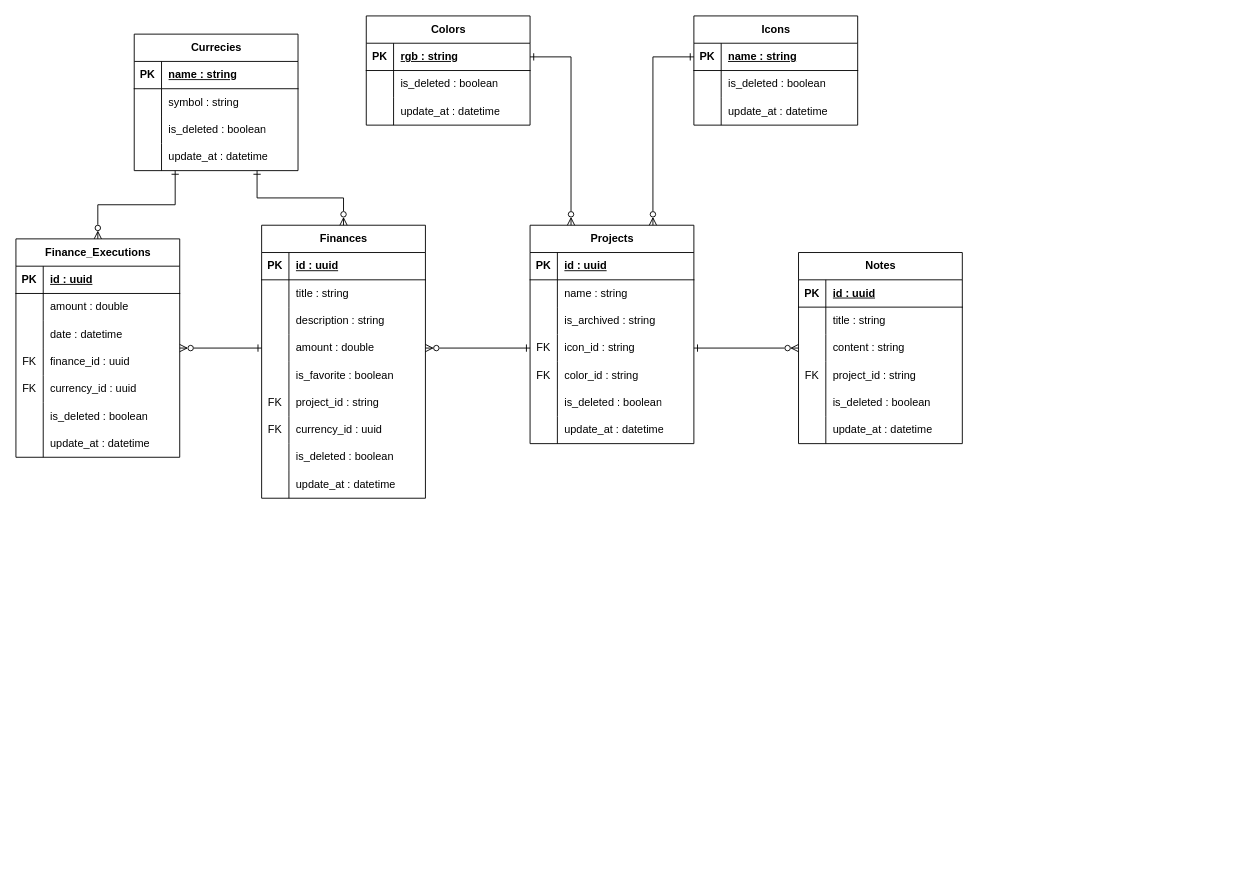
Before: documentation/Relational_Model.drawio in PulidoLuciano/personal-space, a draw.io diagram. Source tidied: cells renumbered, new cells numbered last; positions are measured from the earlier drawing's top-left corner, leaving out a move shared by most shapes. Both pictures are drawn from the tidied source at 91%, with x=0, y=0 at pixel (15, 15).
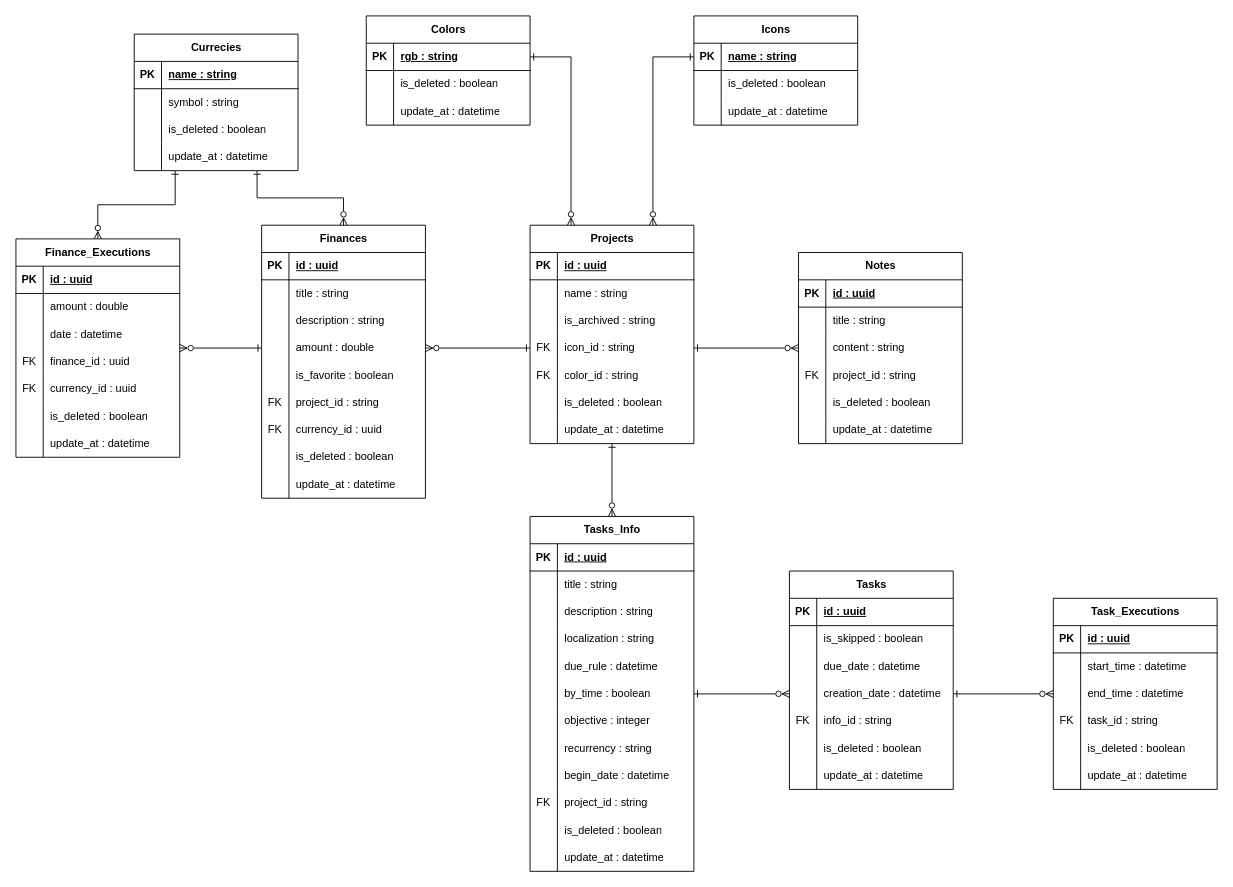
After the change.

Commit message:
Add tasks and related tables to relational model

The change refers to these unchanged cells:
```xml
<mxCell id="2" value="Projects" style="shape=table;startSize=30;childLayout=tableLayout;rowLines=0;fontStyle=1;align=center;html=1;" parent="1" vertex="1">
  <mxGeometry x="565" y="230" width="180" height="240" as="geometry" />
</mxCell>
```

The edit, as a diff of the source:
```diff
@@
+    <mxCell id="133" style="edgeStyle=orthogonalEdgeStyle;rounded=0;jettySize=auto;html=1;exitX=0.5;exitY=1;exitDx=0;exitDy=0;entryX=0.5;entryY=0;entryDx=0;entryDy=0;endArrow=ERzeroToMany;endFill=0;startArrow=ERone;startFill=0;" parent="1" edge="1" source="2" target="134">
+      <mxGeometry relative="1" as="geometry" />
+    </mxCell>
@@
+    <mxCell id="134" value="Tasks_Info" style="shape=table;startSize=30;childLayout=tableLayout;rowLines=0;fontStyle=1;align=center;html=1;" parent="1" vertex="1">
+      <mxGeometry x="565" y="550" width="180" height="390" as="geometry" />
+    </mxCell>
+    <mxCell id="135" style="shape=tableRow;horizontal=0;startSize=0;swimlaneHead=0;swimlaneBody=0;fillColor=none;top=0;left=0;right=0;bottom=1;" parent="134" vertex="1">
+      <mxGeometry y="30" width="180" height="30" as="geometry" />
+    </mxCell>
+    <mxCell id="136" value="PK" style="shape=partialRectangle;fillColor=none;top=0;left=0;bottom=0;right=0;fontStyle=1;overflow=hidden;whiteSpace=wrap;html=1;" parent="135" vertex="1">
+      <mxGeometry width="30" height="30" as="geometry" />
+    </mxCell>
+    <mxCell id="137" value="id : uuid" style="shape=partialRectangle;fillColor=none;top=0;left=0;bottom=0;right=0;align=left;spacingLeft=6;fontStyle=5;overflow=hidden;whiteSpace=wrap;html=1;" parent="135" vertex="1">
+      <mxGeometry x="30" width="150" height="30" as="geometry" />
+    </mxCell>
+    <mxCell id="138" style="shape=tableRow;horizontal=0;startSize=0;swimlaneHead=0;swimlaneBody=0;fillColor=none;top=0;left=0;right=0;bottom=0;" parent="134" vertex="1">
+      <mxGeometry y="60" width="180" height="30" as="geometry" />
+    </mxCell>
+    <mxCell id="139" style="shape=partialRectangle;fillColor=none;top=0;left=0;bottom=0;right=0;overflow=hidden;whiteSpace=wrap;html=1;" parent="138" vertex="1">
+      <mxGeometry width="30" height="30" as="geometry" />
+    </mxCell>
+    <mxCell id="140" value="title : string" style="shape=partialRectangle;fillColor=none;top=0;left=0;bottom=0;right=0;align=left;spacingLeft=6;overflow=hidden;whiteSpace=wrap;html=1;" parent="138" vertex="1">
+      <mxGeometry x="30" width="150" height="30" as="geometry" />
+    </mxCell>
+    <mxCell id="141" style="shape=tableRow;horizontal=0;startSize=0;swimlaneHead=0;swimlaneBody=0;fillColor=none;top=0;left=0;right=0;bottom=0;" parent="134" vertex="1">
+      <mxGeometry y="90" width="180" height="30" as="geometry" />
+    </mxCell>
+    <mxCell id="142" style="shape=partialRectangle;fillColor=none;top=0;left=0;bottom=0;right=0;overflow=hidden;whiteSpace=wrap;html=1;" parent="141" vertex="1">
+      <mxGeometry width="30" height="30" as="geometry" />
+    </mxCell>
+    <mxCell id="143" value="description : string" style="shape=partialRectangle;fillColor=none;top=0;left=0;bottom=0;right=0;align=left;spacingLeft=6;overflow=hidden;whiteSpace=wrap;html=1;" parent="141" vertex="1">
+      <mxGeometry x="30" width="150" height="30" as="geometry" />
+    </mxCell>
+    <mxCell id="144" style="shape=tableRow;horizontal=0;startSize=0;swimlaneHead=0;swimlaneBody=0;fillColor=none;top=0;left=0;right=0;bottom=0;" parent="134" vertex="1">
+      <mxGeometry y="120" width="180" height="30" as="geometry" />
+    </mxCell>
+    <mxCell id="145" style="shape=partialRectangle;fillColor=none;top=0;left=0;bottom=0;right=0;overflow=hidden;whiteSpace=wrap;html=1;" parent="144" vertex="1">
+      <mxGeometry width="30" height="30" as="geometry" />
+    </mxCell>
+    <mxCell id="146" value="localization : string" style="shape=partialRectangle;fillColor=none;top=0;left=0;bottom=0;right=0;align=left;spacingLeft=6;overflow=hidden;whiteSpace=wrap;html=1;" parent="144" vertex="1">
+      <mxGeometry x="30" width="150" height="30" as="geometry" />
+    </mxCell>
+    <mxCell id="147" style="shape=tableRow;horizontal=0;startSize=0;swimlaneHead=0;swimlaneBody=0;fillColor=none;top=0;left=0;right=0;bottom=0;" parent="134" vertex="1">
+      <mxGeometry y="150" width="180" height="30" as="geometry" />
+    </mxCell>
+    <mxCell id="148" style="shape=partialRectangle;fillColor=none;top=0;left=0;bottom=0;right=0;overflow=hidden;whiteSpace=wrap;html=1;" parent="147" vertex="1">
+      <mxGeometry width="30" height="30" as="geometry" />
+    </mxCell>
+    <mxCell id="149" value="due_rule : datetime" style="shape=partialRectangle;fillColor=none;top=0;left=0;bottom=0;right=0;align=left;spacingLeft=6;overflow=hidden;whiteSpace=wrap;html=1;" parent="147" vertex="1">
+      <mxGeometry x="30" width="150" height="30" as="geometry" />
+    </mxCell>
+    <mxCell id="150" style="shape=tableRow;horizontal=0;startSize=0;swimlaneHead=0;swimlaneBody=0;fillColor=none;points=[[0,0.5],[1,0.5]];portConstraint=eastwest;top=0;left=0;right=0;bottom=0;" parent="134" vertex="1">
+      <mxGeometry y="180" width="180" height="30" as="geometry" />
+    </mxCell>
+    <mxCell id="151" style="shape=partialRectangle;fillColor=none;top=0;left=0;bottom=0;right=0;overflow=hidden;whiteSpace=wrap;html=1;" parent="150" vertex="1">
+      <mxGeometry width="30" height="30" as="geometry" />
+    </mxCell>
+    <mxCell id="152" value="by_time : boolean" style="shape=partialRectangle;fillColor=none;top=0;left=0;bottom=0;right=0;align=left;spacingLeft=6;overflow=hidden;whiteSpace=wrap;html=1;" parent="150" vertex="1">
+      <mxGeometry x="30" width="150" height="30" as="geometry" />
+    </mxCell>
+    <mxCell id="153" style="shape=tableRow;horizontal=0;startSize=0;swimlaneHead=0;swimlaneBody=0;fillColor=none;top=0;left=0;right=0;bottom=0;" parent="134" vertex="1">
+      <mxGeometry y="210" width="180" height="30" as="geometry" />
+    </mxCell>
+    <mxCell id="154" style="shape=partialRectangle;fillColor=none;top=0;left=0;bottom=0;right=0;overflow=hidden;whiteSpace=wrap;html=1;" parent="153" vertex="1">
+      <mxGeometry width="30" height="30" as="geometry" />
+    </mxCell>
+    <mxCell id="155" value="objective : integer" style="shape=partialRectangle;fillColor=none;top=0;left=0;bottom=0;right=0;align=left;spacingLeft=6;overflow=hidden;whiteSpace=wrap;html=1;" parent="153" vertex="1">
+      <mxGeometry x="30" width="150" height="30" as="geometry" />
+    </mxCell>
+    <mxCell id="156" style="shape=tableRow;horizontal=0;startSize=0;swimlaneHead=0;swimlaneBody=0;fillColor=none;top=0;left=0;right=0;bottom=0;" parent="134" vertex="1">
+      <mxGeometry y="240" width="180" height="30" as="geometry" />
+    </mxCell>
+    <mxCell id="157" style="shape=partialRectangle;fillColor=none;top=0;left=0;bottom=0;right=0;overflow=hidden;whiteSpace=wrap;html=1;" parent="156" vertex="1">
+      <mxGeometry width="30" height="30" as="geometry" />
+    </mxCell>
+    <mxCell id="158" value="recurrency : string" style="shape=partialRectangle;fillColor=none;top=0;left=0;bottom=0;right=0;align=left;spacingLeft=6;overflow=hidden;whiteSpace=wrap;html=1;" parent="156" vertex="1">
+      <mxGeometry x="30" width="150" height="30" as="geometry" />
+    </mxCell>
+    <mxCell id="159" style="shape=tableRow;horizontal=0;startSize=0;swimlaneHead=0;swimlaneBody=0;fillColor=none;top=0;left=0;right=0;bottom=0;" parent="134" vertex="1">
+      <mxGeometry y="270" width="180" height="30" as="geometry" />
+    </mxCell>
+    <mxCell id="160" style="shape=partialRectangle;fillColor=none;top=0;left=0;bottom=0;right=0;overflow=hidden;whiteSpace=wrap;html=1;" parent="159" vertex="1">
+      <mxGeometry width="30" height="30" as="geometry" />
+    </mxCell>
+    <mxCell id="161" value="begin_date : datetime" style="shape=partialRectangle;fillColor=none;top=0;left=0;bottom=0;right=0;align=left;spacingLeft=6;overflow=hidden;whiteSpace=wrap;html=1;" parent="159" vertex="1">
+      <mxGeometry x="30" width="150" height="30" as="geometry" />
+    </mxCell>
+    <mxCell id="162" style="shape=tableRow;horizontal=0;startSize=0;swimlaneHead=0;swimlaneBody=0;fillColor=none;top=0;left=0;right=0;bottom=0;" parent="134" vertex="1">
+      <mxGeometry y="300" width="180" height="30" as="geometry" />
+    </mxCell>
+    <mxCell id="163" value="FK" style="shape=partialRectangle;fillColor=none;top=0;left=0;bottom=0;right=0;overflow=hidden;whiteSpace=wrap;html=1;" parent="162" vertex="1">
+      <mxGeometry width="30" height="30" as="geometry" />
+    </mxCell>
+    <mxCell id="164" value="project_id : string" style="shape=partialRectangle;fillColor=none;top=0;left=0;bottom=0;right=0;align=left;spacingLeft=6;overflow=hidden;whiteSpace=wrap;html=1;" parent="162" vertex="1">
+      <mxGeometry x="30" width="150" height="30" as="geometry" />
+    </mxCell>
+    <mxCell id="165" style="shape=tableRow;horizontal=0;startSize=0;swimlaneHead=0;swimlaneBody=0;fillColor=none;top=0;left=0;right=0;bottom=0;" parent="134" vertex="1">
+      <mxGeometry y="330" width="180" height="30" as="geometry" />
+    </mxCell>
+    <mxCell id="166" style="shape=partialRectangle;fillColor=none;top=0;left=0;bottom=0;right=0;overflow=hidden;whiteSpace=wrap;html=1;" parent="165" vertex="1">
+      <mxGeometry width="30" height="30" as="geometry" />
+    </mxCell>
+    <mxCell id="167" value="is_deleted : boolean" style="shape=partialRectangle;fillColor=none;top=0;left=0;bottom=0;right=0;align=left;spacingLeft=6;overflow=hidden;whiteSpace=wrap;html=1;" parent="165" vertex="1">
+      <mxGeometry x="30" width="150" height="30" as="geometry" />
+    </mxCell>
+    <mxCell id="168" style="shape=tableRow;horizontal=0;startSize=0;swimlaneHead=0;swimlaneBody=0;fillColor=none;top=0;left=0;right=0;bottom=0;" parent="134" vertex="1">
+      <mxGeometry y="360" width="180" height="30" as="geometry" />
+    </mxCell>
+    <mxCell id="169" style="shape=partialRectangle;fillColor=none;top=0;left=0;bottom=0;right=0;overflow=hidden;whiteSpace=wrap;html=1;" parent="168" vertex="1">
+      <mxGeometry width="30" height="30" as="geometry" />
+    </mxCell>
+    <mxCell id="170" value="update_at : datetime" style="shape=partialRectangle;fillColor=none;top=0;left=0;bottom=0;right=0;align=left;spacingLeft=6;overflow=hidden;whiteSpace=wrap;html=1;" parent="168" vertex="1">
+      <mxGeometry x="30" width="150" height="30" as="geometry" />
+    </mxCell>
+    <mxCell id="171" value="Tasks" style="shape=table;startSize=30;childLayout=tableLayout;rowLines=0;fontStyle=1;align=center;html=1;" parent="1" vertex="1">
+      <mxGeometry x="850" y="610" width="180" height="240" as="geometry" />
+    </mxCell>
+    <mxCell id="172" style="shape=tableRow;horizontal=0;startSize=0;swimlaneHead=0;swimlaneBody=0;fillColor=none;top=0;left=0;right=0;bottom=1;" parent="171" vertex="1">
+      <mxGeometry y="30" width="180" height="30" as="geometry" />
+    </mxCell>
+    <mxCell id="173" value="PK" style="shape=partialRectangle;fillColor=none;top=0;left=0;bottom=0;right=0;fontStyle=1;overflow=hidden;whiteSpace=wrap;html=1;" parent="172" vertex="1">
+      <mxGeometry width="30" height="30" as="geometry" />
+    </mxCell>
+    <mxCell id="174" value="id : uuid" style="shape=partialRectangle;fillColor=none;top=0;left=0;bottom=0;right=0;align=left;spacingLeft=6;fontStyle=5;overflow=hidden;whiteSpace=wrap;html=1;" parent="172" vertex="1">
+      <mxGeometry x="30" width="150" height="30" as="geometry" />
+    </mxCell>
+    <mxCell id="175" style="shape=tableRow;horizontal=0;startSize=0;swimlaneHead=0;swimlaneBody=0;fillColor=none;top=0;left=0;right=0;bottom=0;" parent="171" vertex="1">
+      <mxGeometry y="60" width="180" height="30" as="geometry" />
+    </mxCell>
+    <mxCell id="176" style="shape=partialRectangle;fillColor=none;top=0;left=0;bottom=0;right=0;overflow=hidden;whiteSpace=wrap;html=1;" parent="175" vertex="1">
+      <mxGeometry width="30" height="30" as="geometry" />
+    </mxCell>
+    <mxCell id="177" value="is_skipped : boolean" style="shape=partialRectangle;fillColor=none;top=0;left=0;bottom=0;right=0;align=left;spacingLeft=6;overflow=hidden;whiteSpace=wrap;html=1;" parent="175" vertex="1">
+      <mxGeometry x="30" width="150" height="30" as="geometry" />
+    </mxCell>
+    <mxCell id="178" style="shape=tableRow;horizontal=0;startSize=0;swimlaneHead=0;swimlaneBody=0;fillColor=none;top=0;left=0;right=0;bottom=0;" parent="171" vertex="1">
+      <mxGeometry y="90" width="180" height="30" as="geometry" />
+    </mxCell>
+    <mxCell id="179" style="shape=partialRectangle;fillColor=none;top=0;left=0;bottom=0;right=0;overflow=hidden;whiteSpace=wrap;html=1;" parent="178" vertex="1">
+      <mxGeometry width="30" height="30" as="geometry" />
+    </mxCell>
+    <mxCell id="180" value="due_date : datetime" style="shape=partialRectangle;fillColor=none;top=0;left=0;bottom=0;right=0;align=left;spacingLeft=6;overflow=hidden;whiteSpace=wrap;html=1;" parent="178" vertex="1">
+      <mxGeometry x="30" width="150" height="30" as="geometry" />
+    </mxCell>
+    <mxCell id="181" style="shape=tableRow;horizontal=0;startSize=0;swimlaneHead=0;swimlaneBody=0;fillColor=none;points=[[0,0.5],[1,0.5]];portConstraint=eastwest;top=0;left=0;right=0;bottom=0;" parent="171" vertex="1">
+      <mxGeometry y="120" width="180" height="30" as="geometry" />
+    </mxCell>
+    <mxCell id="182" style="shape=partialRectangle;fillColor=none;top=0;left=0;bottom=0;right=0;overflow=hidden;whiteSpace=wrap;html=1;" parent="181" vertex="1">
+      <mxGeometry width="30" height="30" as="geometry" />
+    </mxCell>
+    <mxCell id="183" value="creation_date : datetime" style="shape=partialRectangle;fillColor=none;top=0;left=0;bottom=0;right=0;align=left;spacingLeft=6;overflow=hidden;whiteSpace=wrap;html=1;" parent="181" vertex="1">
+      <mxGeometry x="30" width="150" height="30" as="geometry" />
+    </mxCell>
+    <mxCell id="184" style="shape=tableRow;horizontal=0;startSize=0;swimlaneHead=0;swimlaneBody=0;fillColor=none;top=0;left=0;right=0;bottom=0;" parent="171" vertex="1">
+      <mxGeometry y="150" width="180" height="30" as="geometry" />
+    </mxCell>
+    <mxCell id="185" value="FK" style="shape=partialRectangle;fillColor=none;top=0;left=0;bottom=0;right=0;overflow=hidden;whiteSpace=wrap;html=1;" parent="184" vertex="1">
+      <mxGeometry width="30" height="30" as="geometry" />
+    </mxCell>
+    <mxCell id="186" value="info_id : string" style="shape=partialRectangle;fillColor=none;top=0;left=0;bottom=0;right=0;align=left;spacingLeft=6;overflow=hidden;whiteSpace=wrap;html=1;" parent="184" vertex="1">
+      <mxGeometry x="30" width="150" height="30" as="geometry" />
+    </mxCell>
+    <mxCell id="187" style="shape=tableRow;horizontal=0;startSize=0;swimlaneHead=0;swimlaneBody=0;fillColor=none;top=0;left=0;right=0;bottom=0;" parent="171" vertex="1">
+      <mxGeometry y="180" width="180" height="30" as="geometry" />
+    </mxCell>
+    <mxCell id="188" style="shape=partialRectangle;fillColor=none;top=0;left=0;bottom=0;right=0;overflow=hidden;whiteSpace=wrap;html=1;" parent="187" vertex="1">
+      <mxGeometry width="30" height="30" as="geometry" />
+    </mxCell>
+    <mxCell id="189" value="is_deleted : boolean" style="shape=partialRectangle;fillColor=none;top=0;left=0;bottom=0;right=0;align=left;spacingLeft=6;overflow=hidden;whiteSpace=wrap;html=1;" parent="187" vertex="1">
+      <mxGeometry x="30" width="150" height="30" as="geometry" />
+    </mxCell>
+    <mxCell id="190" style="shape=tableRow;horizontal=0;startSize=0;swimlaneHead=0;swimlaneBody=0;fillColor=none;top=0;left=0;right=0;bottom=0;" parent="171" vertex="1">
+      <mxGeometry y="210" width="180" height="30" as="geometry" />
+    </mxCell>
+    <mxCell id="191" style="shape=partialRectangle;fillColor=none;top=0;left=0;bottom=0;right=0;overflow=hidden;whiteSpace=wrap;html=1;" parent="190" vertex="1">
+      <mxGeometry width="30" height="30" as="geometry" />
+    </mxCell>
+    <mxCell id="192" value="update_at : datetime" style="shape=partialRectangle;fillColor=none;top=0;left=0;bottom=0;right=0;align=left;spacingLeft=6;overflow=hidden;whiteSpace=wrap;html=1;" parent="190" vertex="1">
+      <mxGeometry x="30" width="150" height="30" as="geometry" />
+    </mxCell>
+    <mxCell id="193" value="Task_Executions" style="shape=table;startSize=30;childLayout=tableLayout;rowLines=0;fontStyle=1;align=center;html=1;" parent="1" vertex="1">
+      <mxGeometry x="1140" y="640" width="180" height="210" as="geometry" />
+    </mxCell>
+    <mxCell id="194" style="shape=tableRow;horizontal=0;startSize=0;swimlaneHead=0;swimlaneBody=0;fillColor=none;top=0;left=0;right=0;bottom=1;" parent="193" vertex="1">
+      <mxGeometry y="30" width="180" height="30" as="geometry" />
+    </mxCell>
+    <mxCell id="195" value="PK" style="shape=partialRectangle;fillColor=none;top=0;left=0;bottom=0;right=0;fontStyle=1;overflow=hidden;whiteSpace=wrap;html=1;" parent="194" vertex="1">
+      <mxGeometry width="30" height="30" as="geometry" />
+    </mxCell>
+    <mxCell id="196" value="id : uuid" style="shape=partialRectangle;fillColor=none;top=0;left=0;bottom=0;right=0;align=left;spacingLeft=6;fontStyle=5;overflow=hidden;whiteSpace=wrap;html=1;" parent="194" vertex="1">
+      <mxGeometry x="30" width="150" height="30" as="geometry" />
+    </mxCell>
+    <mxCell id="197" style="shape=tableRow;horizontal=0;startSize=0;swimlaneHead=0;swimlaneBody=0;fillColor=none;top=0;left=0;right=0;bottom=0;" parent="193" vertex="1">
+      <mxGeometry y="60" width="180" height="30" as="geometry" />
+    </mxCell>
+    <mxCell id="198" style="shape=partialRectangle;fillColor=none;top=0;left=0;bottom=0;right=0;overflow=hidden;whiteSpace=wrap;html=1;" parent="197" vertex="1">
+      <mxGeometry width="30" height="30" as="geometry" />
+    </mxCell>
+    <mxCell id="199" value="start_time : datetime" style="shape=partialRectangle;fillColor=none;top=0;left=0;bottom=0;right=0;align=left;spacingLeft=6;overflow=hidden;whiteSpace=wrap;html=1;" parent="197" vertex="1">
+      <mxGeometry x="30" width="150" height="30" as="geometry" />
+    </mxCell>
+    <mxCell id="200" style="shape=tableRow;horizontal=0;startSize=0;swimlaneHead=0;swimlaneBody=0;fillColor=none;points=[[0,0.5],[1,0.5]];portConstraint=eastwest;top=0;left=0;right=0;bottom=0;" parent="193" vertex="1">
+      <mxGeometry y="90" width="180" height="30" as="geometry" />
+    </mxCell>
+    <mxCell id="201" style="shape=partialRectangle;fillColor=none;top=0;left=0;bottom=0;right=0;overflow=hidden;whiteSpace=wrap;html=1;" parent="200" vertex="1">
+      <mxGeometry width="30" height="30" as="geometry" />
+    </mxCell>
+    <mxCell id="202" value="end_time : datetime" style="shape=partialRectangle;fillColor=none;top=0;left=0;bottom=0;right=0;align=left;spacingLeft=6;overflow=hidden;whiteSpace=wrap;html=1;" parent="200" vertex="1">
+      <mxGeometry x="30" width="150" height="30" as="geometry" />
+    </mxCell>
+    <mxCell id="203" style="shape=tableRow;horizontal=0;startSize=0;swimlaneHead=0;swimlaneBody=0;fillColor=none;top=0;left=0;right=0;bottom=0;" parent="193" vertex="1">
+      <mxGeometry y="120" width="180" height="30" as="geometry" />
+    </mxCell>
+    <mxCell id="204" value="FK" style="shape=partialRectangle;fillColor=none;top=0;left=0;bottom=0;right=0;overflow=hidden;whiteSpace=wrap;html=1;" parent="203" vertex="1">
+      <mxGeometry width="30" height="30" as="geometry" />
+    </mxCell>
+    <mxCell id="205" value="task_id : string" style="shape=partialRectangle;fillColor=none;top=0;left=0;bottom=0;right=0;align=left;spacingLeft=6;overflow=hidden;whiteSpace=wrap;html=1;" parent="203" vertex="1">
+      <mxGeometry x="30" width="150" height="30" as="geometry" />
+    </mxCell>
+    <mxCell id="206" style="shape=tableRow;horizontal=0;startSize=0;swimlaneHead=0;swimlaneBody=0;fillColor=none;top=0;left=0;right=0;bottom=0;" parent="193" vertex="1">
+      <mxGeometry y="150" width="180" height="30" as="geometry" />
+    </mxCell>
+    <mxCell id="207" style="shape=partialRectangle;fillColor=none;top=0;left=0;bottom=0;right=0;overflow=hidden;whiteSpace=wrap;html=1;" parent="206" vertex="1">
+      <mxGeometry width="30" height="30" as="geometry" />
+    </mxCell>
+    <mxCell id="208" value="is_deleted : boolean" style="shape=partialRectangle;fillColor=none;top=0;left=0;bottom=0;right=0;align=left;spacingLeft=6;overflow=hidden;whiteSpace=wrap;html=1;" parent="206" vertex="1">
+      <mxGeometry x="30" width="150" height="30" as="geometry" />
+    </mxCell>
+    <mxCell id="209" style="shape=tableRow;horizontal=0;startSize=0;swimlaneHead=0;swimlaneBody=0;fillColor=none;top=0;left=0;right=0;bottom=0;" parent="193" vertex="1">
+      <mxGeometry y="180" width="180" height="30" as="geometry" />
+    </mxCell>
+    <mxCell id="210" style="shape=partialRectangle;fillColor=none;top=0;left=0;bottom=0;right=0;overflow=hidden;whiteSpace=wrap;html=1;" parent="209" vertex="1">
+      <mxGeometry width="30" height="30" as="geometry" />
+    </mxCell>
+    <mxCell id="211" value="update_at : datetime" style="shape=partialRectangle;fillColor=none;top=0;left=0;bottom=0;right=0;align=left;spacingLeft=6;overflow=hidden;whiteSpace=wrap;html=1;" parent="209" vertex="1">
+      <mxGeometry x="30" width="150" height="30" as="geometry" />
+    </mxCell>
+    <mxCell id="212" style="edgeStyle=orthogonalEdgeStyle;rounded=0;jettySize=auto;html=1;exitX=1;exitY=0.5;exitDx=0;exitDy=0;entryX=0;entryY=0.5;entryDx=0;entryDy=0;startArrow=ERone;startFill=0;endArrow=ERzeroToMany;endFill=0;" parent="1" edge="1" source="150" target="181">
+      <mxGeometry relative="1" as="geometry" />
+    </mxCell>
+    <mxCell id="213" style="edgeStyle=orthogonalEdgeStyle;rounded=0;jettySize=auto;html=1;exitX=1;exitY=0.5;exitDx=0;exitDy=0;entryX=0;entryY=0.5;entryDx=0;entryDy=0;startArrow=ERone;startFill=0;endArrow=ERzeroToMany;endFill=0;" parent="1" edge="1" source="181" target="200">
+      <mxGeometry relative="1" as="geometry" />
+    </mxCell>
```
